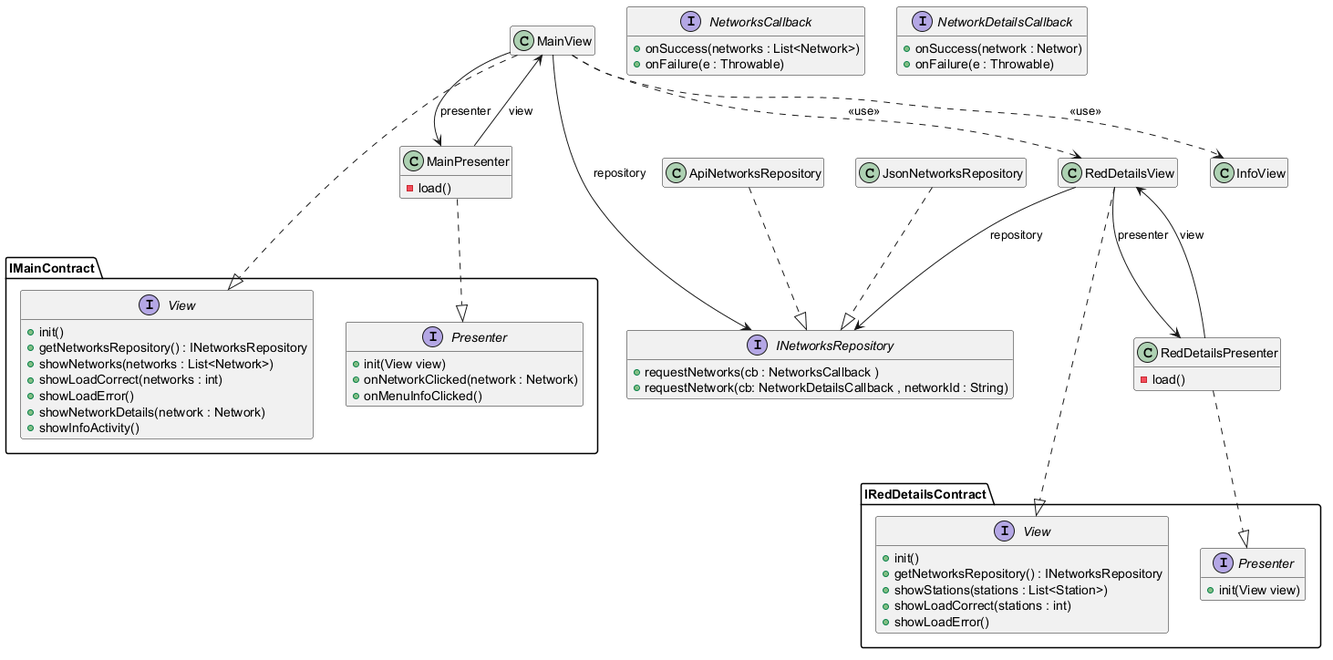
Earlier version of the PlantUML export Docs/Models/architecture.png (isunican/App-Bicis-Grupo1).
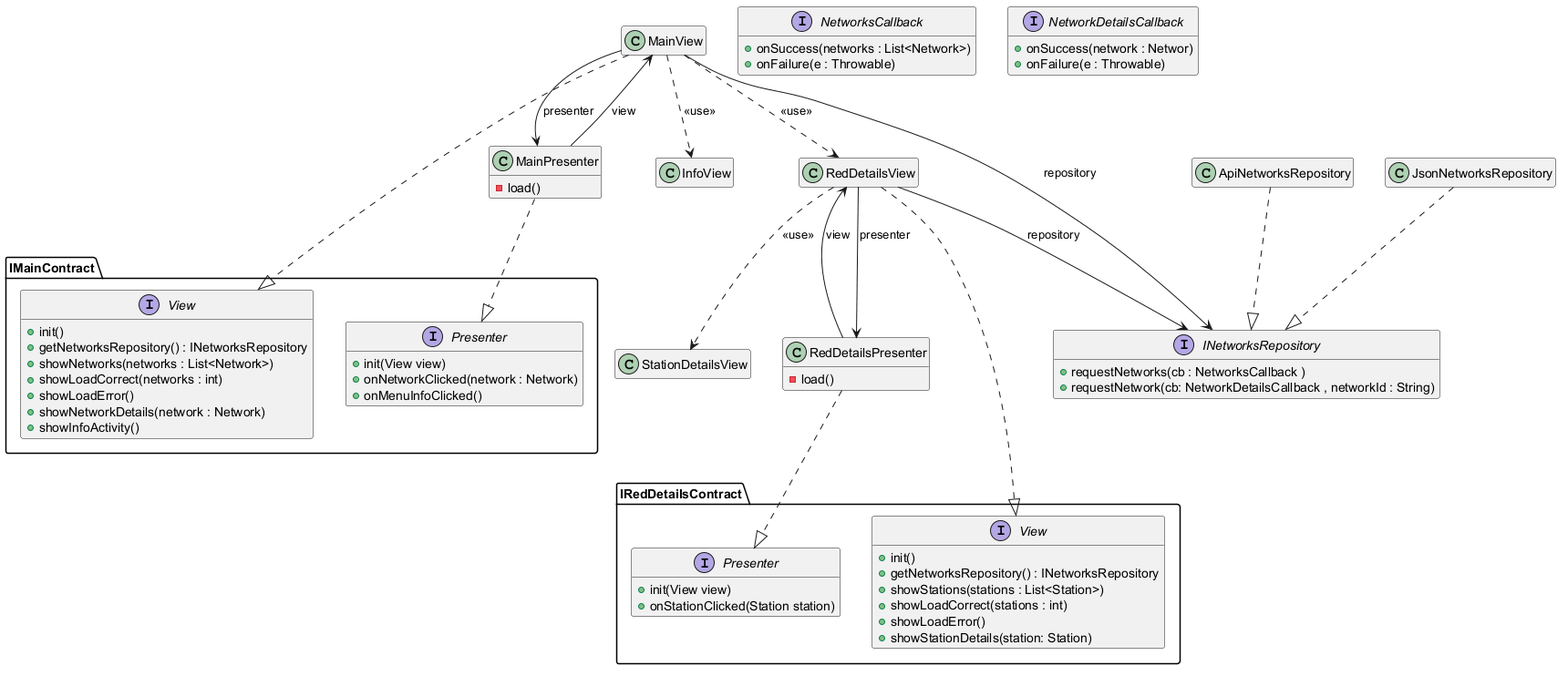
The same diagram one commit later.

The edit, as a diff of the source:
```diff
@@ -11,6 +11,7 @@
 MainPresenter --> MainView : view
 MainView ..> InfoView : <<use>>
 MainView ..> RedDetailsView : <<use>>
+RedDetailsView ..> StationDetailsView : <<use>>
 
 RedDetailsView ..|> IRedDetailsContract.View
 RedDetailsPresenter ..|> IRedDetailsContract.Presenter
@@ -26,6 +27,8 @@
 }
 
 class InfoView
+
+class StationDetailsView
 
 class RedDetailsView {
 
@@ -59,10 +62,12 @@
     + showStations(stations : List<Station>)
     + showLoadCorrect(stations : int)
     + showLoadError()
+    + showStationDetails(station: Station)
 }
 
 interface IRedDetailsContract.Presenter {
     + init(View view)
+    + onStationClicked(Station station)
 }
 
 interface INetworksRepository {
```
